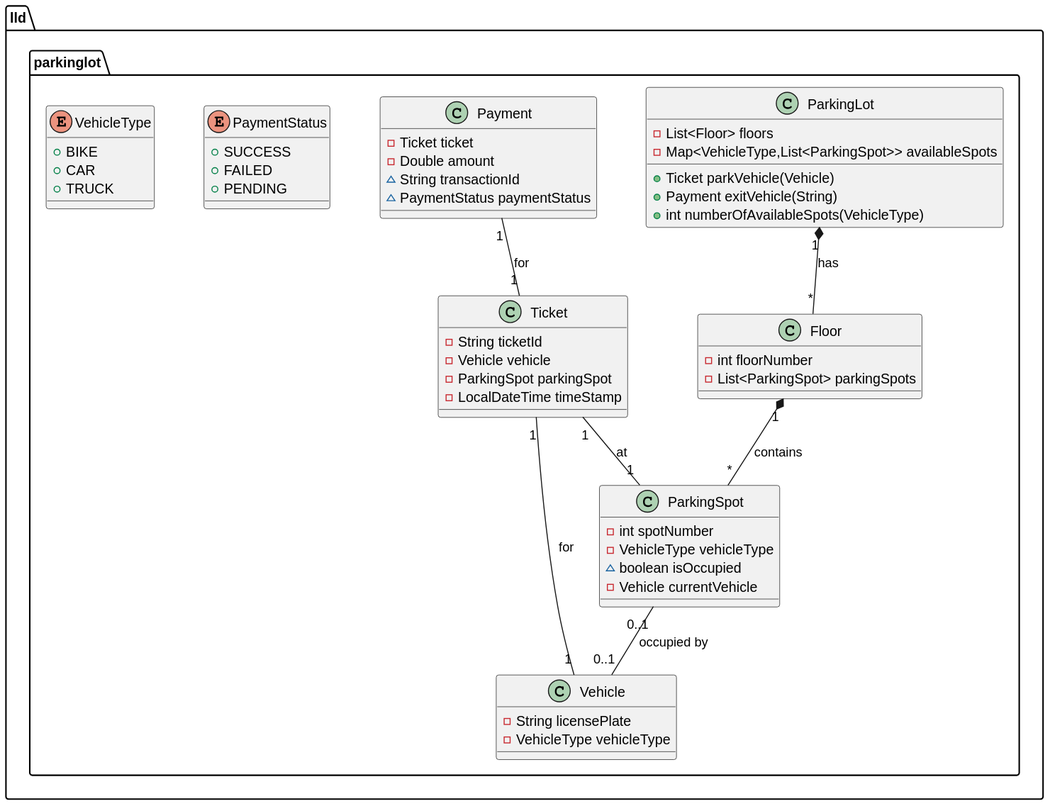
Before: LLD_Diagram_With_Details/ParkingLot/ParkingLot_LLD.svg, a diagram exported from PlantUML (Mavishnu-KJ/LLD-Practice). Its diagram source:
```plantuml
@startuml
class lld.parkinglot.ParkingLot {
- List<Floor> floors
- Map<VehicleType,List<ParkingSpot>> availableSpots
+ Ticket parkVehicle(Vehicle)
+ Payment exitVehicle(String)
+ int numberOfAvailableSpots(VehicleType)
}


class lld.parkinglot.Ticket {
- String ticketId
- Vehicle vehicle
- ParkingSpot parkingSpot
- LocalDateTime timeStamp
}

class lld.parkinglot.Vehicle {
- String licensePlate
- VehicleType vehicleType
}

class lld.parkinglot.Payment {
- Ticket ticket
- Double amount
~ String transactionId
~ PaymentStatus paymentStatus
}

class lld.parkinglot.ParkingSpot {
- int spotNumber
- VehicleType vehicleType
~ boolean isOccupied
- Vehicle currentVehicle
}

enum lld.parkinglot.PaymentStatus {
+  SUCCESS
+  FAILED
+  PENDING
}

enum lld.parkinglot.VehicleType {
+  BIKE
+  CAR
+  TRUCK
}

class lld.parkinglot.Floor {
- int floorNumber
- List<ParkingSpot> parkingSpots
}

skinparam nodesep 50
skinparam ranksep 50

ParkingLot "1" *-- "*" Floor : has
    Floor "1" *-- "*" ParkingSpot : contains
    ParkingSpot "0..1" -- "0..1" Vehicle : occupied by
    Ticket "1" -- "1" Vehicle : for
    Ticket "1" -- "1" ParkingSpot : at
    Payment "1" -- "1" Ticket : for
@enduml
```
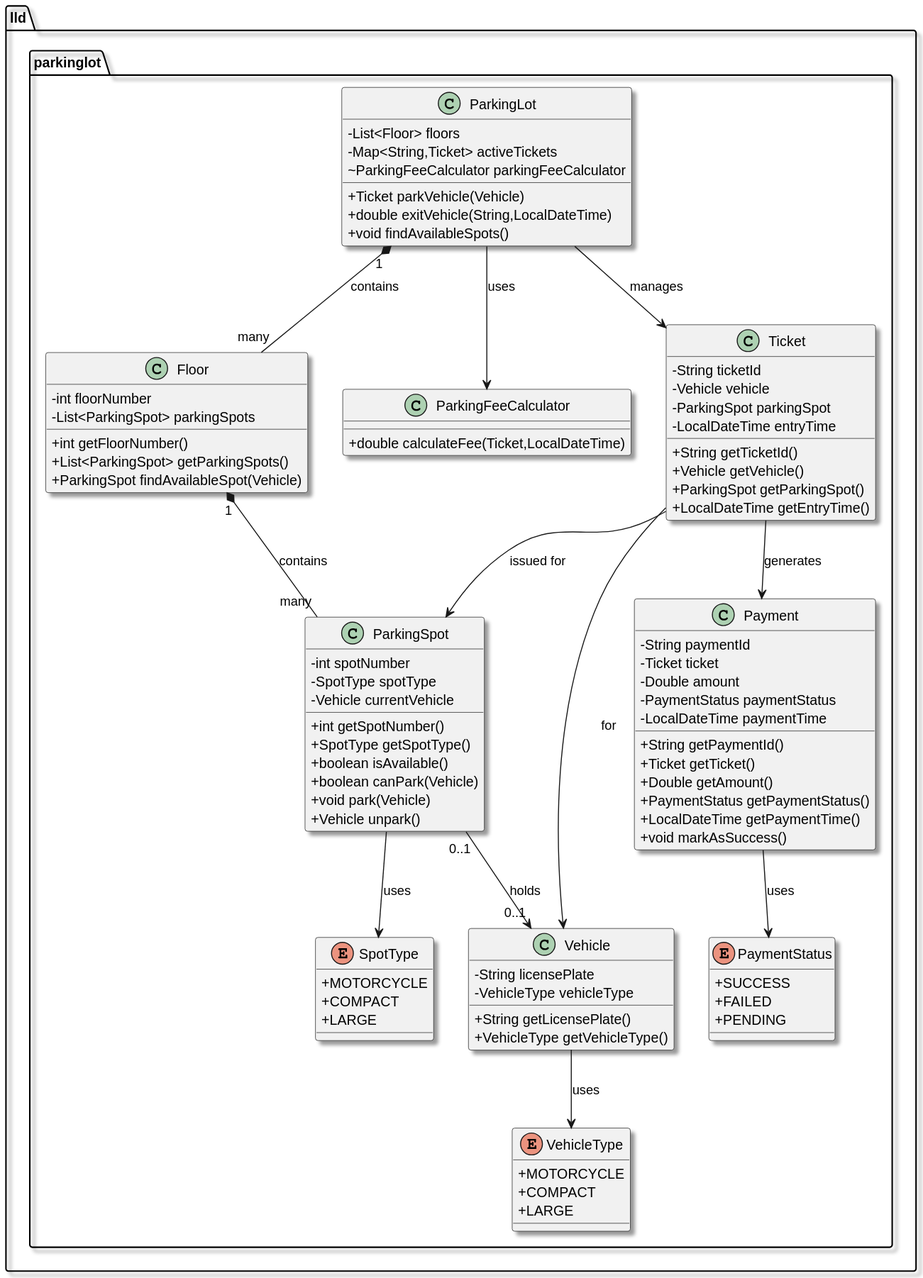
After the change.

The edit, as a diff of the source:
```diff
@@ -1,37 +1,29 @@
 @startuml
-class lld.parkinglot.ParkingLot {
-- List<Floor> floors
-- Map<VehicleType,List<ParkingSpot>> availableSpots
-+ Ticket parkVehicle(Vehicle)
-+ Payment exitVehicle(String)
-+ int numberOfAvailableSpots(VehicleType)
+enum lld.parkinglot.VehicleType {
++  MOTORCYCLE
++  COMPACT
++  LARGE
+}
+
+class lld.parkinglot.Payment {
+- String paymentId
+- Ticket ticket
+- Double amount
+- PaymentStatus paymentStatus
+- LocalDateTime paymentTime
++ String getPaymentId()
++ Ticket getTicket()
++ Double getAmount()
++ PaymentStatus getPaymentStatus()
++ LocalDateTime getPaymentTime()
++ void markAsSuccess()
 }
 
 
-class lld.parkinglot.Ticket {
-- String ticketId
-- Vehicle vehicle
-- ParkingSpot parkingSpot
-- LocalDateTime timeStamp
-}
-
-class lld.parkinglot.Vehicle {
-- String licensePlate
-- VehicleType vehicleType
-}
-
-class lld.parkinglot.Payment {
-- Ticket ticket
-- Double amount
-~ String transactionId
-~ PaymentStatus paymentStatus
-}
-
-class lld.parkinglot.ParkingSpot {
-- int spotNumber
-- VehicleType vehicleType
-~ boolean isOccupied
-- Vehicle currentVehicle
+enum lld.parkinglot.SpotType {
++  MOTORCYCLE
++  COMPACT
++  LARGE
 }
 
 enum lld.parkinglot.PaymentStatus {
@@ -40,24 +32,80 @@
 +  PENDING
 }
 
-enum lld.parkinglot.VehicleType {
-+  BIKE
-+  CAR
-+  TRUCK
+class lld.parkinglot.Ticket {
+- String ticketId
+- Vehicle vehicle
+- ParkingSpot parkingSpot
+- LocalDateTime entryTime
++ String getTicketId()
++ Vehicle getVehicle()
++ ParkingSpot getParkingSpot()
++ LocalDateTime getEntryTime()
 }
+
+
+class lld.parkinglot.ParkingFeeCalculator {
++ double calculateFee(Ticket,LocalDateTime)
+}
+
+class lld.parkinglot.ParkingSpot {
+- int spotNumber
+- SpotType spotType
+- Vehicle currentVehicle
++ int getSpotNumber()
++ SpotType getSpotType()
++ boolean isAvailable()
++ boolean canPark(Vehicle)
++ void park(Vehicle)
++ Vehicle unpark()
+}
+
+
+class lld.parkinglot.ParkingLot {
+- List<Floor> floors
+- Map<String,Ticket> activeTickets
+~ ParkingFeeCalculator parkingFeeCalculator
++ Ticket parkVehicle(Vehicle)
++ double exitVehicle(String,LocalDateTime)
++ void findAvailableSpots()
+}
+
 
 class lld.parkinglot.Floor {
 - int floorNumber
 - List<ParkingSpot> parkingSpots
++ int getFloorNumber()
++ List<ParkingSpot> getParkingSpots()
++ ParkingSpot findAvailableSpot(Vehicle)
 }
 
-skinparam nodesep 50
-skinparam ranksep 50
 
-ParkingLot "1" *-- "*" Floor : has
-    Floor "1" *-- "*" ParkingSpot : contains
-    ParkingSpot "0..1" -- "0..1" Vehicle : occupied by
-    Ticket "1" -- "1" Vehicle : for
-    Ticket "1" -- "1" ParkingSpot : at
-    Payment "1" -- "1" Ticket : for
+class lld.parkinglot.Vehicle {
+- String licensePlate
+- VehicleType vehicleType
++ String getLicensePlate()
++ VehicleType getVehicleType()
+}
+
+skinparam nodesep 60;
+skinparam nodesep 80;
+skinparam shadowing false;
+skinparam monochrome true;
+skinparam classAttributeIconSize 0
+
+ParkingLot "1" *-- "many" Floor : contains
+Floor "1" *-- "many" ParkingSpot : contains
+
+ParkingSpot "0..1" --> "0..1" Vehicle : holds
+
+Ticket --> Vehicle : for
+Ticket --> ParkingSpot : issued for
+Ticket --> Payment : generates
+
+ParkingLot --> ParkingFeeCalculator : uses
+ParkingLot --> Ticket : manages
+
+ParkingSpot --> SpotType : uses
+Vehicle --> VehicleType : uses
+Payment --> PaymentStatus : uses
 @enduml
```
